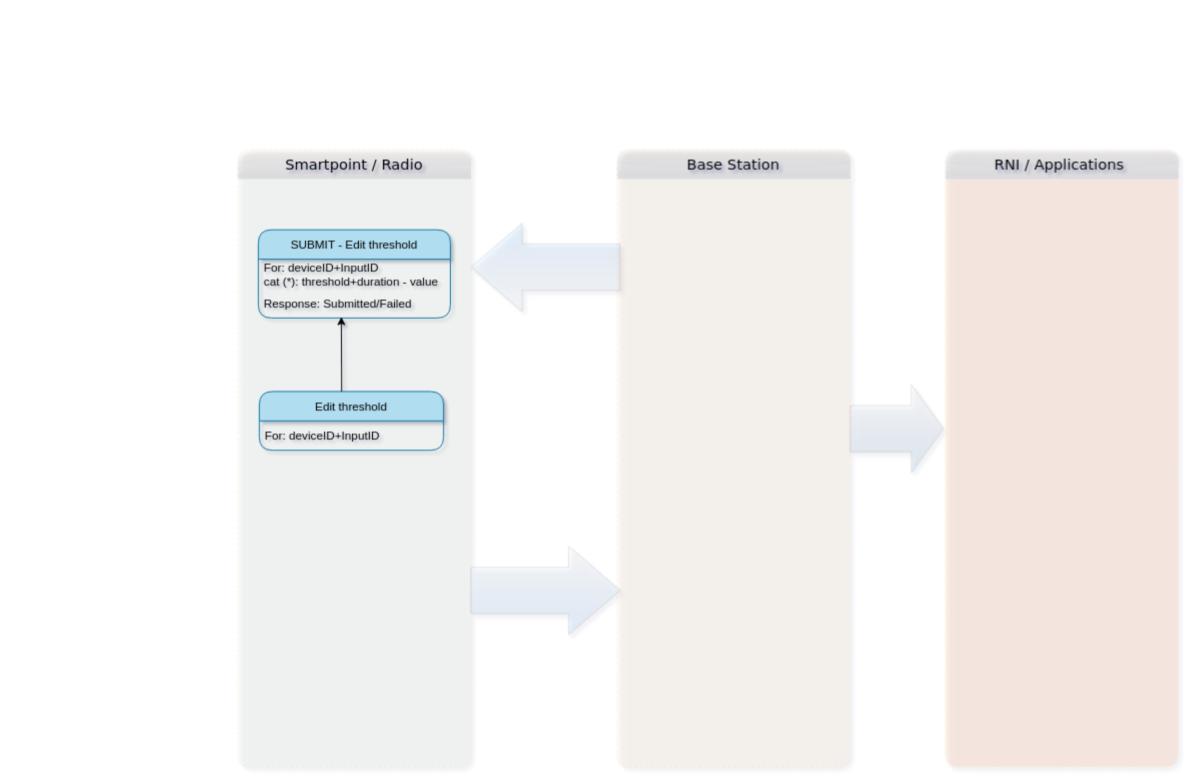
Before: hack-2023/ami_ncs_utility_view_v0.drawio in rajeshpv-common/my-drawio, a draw.io diagram. Source tidied: cells renumbered, new cells numbered last; positions are measured from the earlier drawing's top-left corner, leaving out a move shared by most shapes. Both pictures are drawn from the tidied source at 98%, with x=0, y=0 at pixel (237, 149).
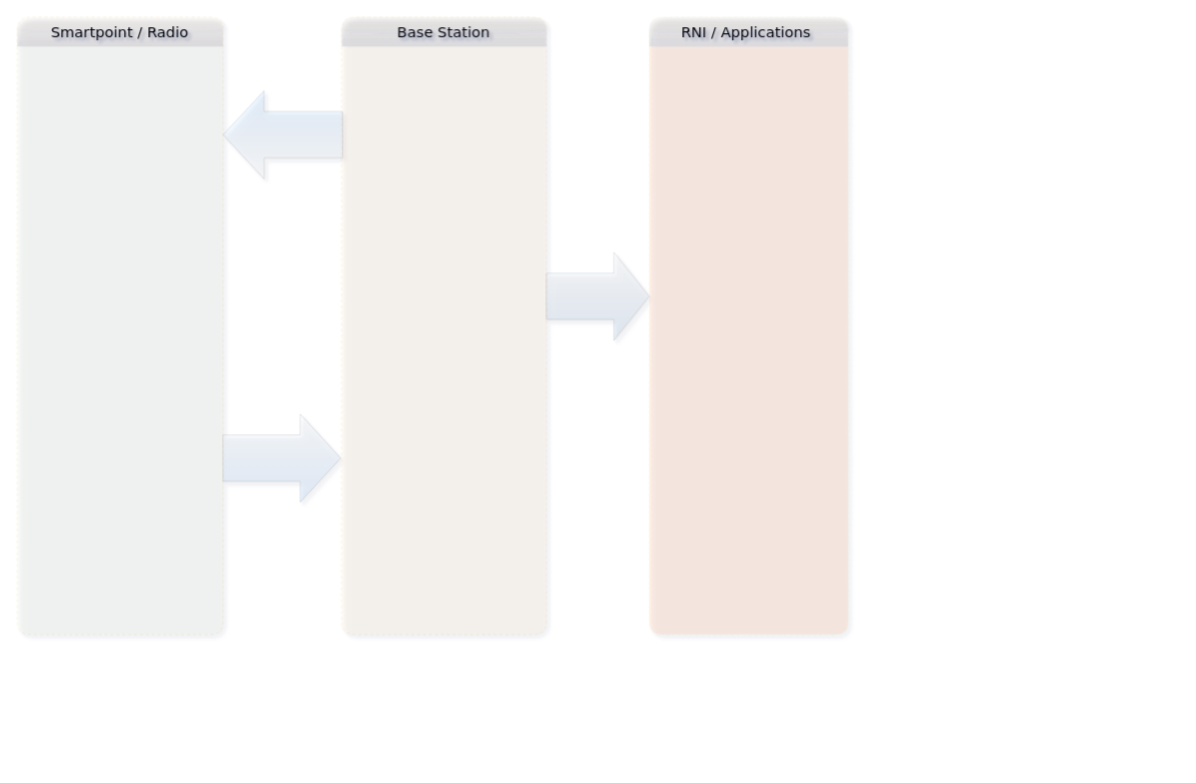
Above is the later version.

What changed in the source:
```diff
@@
 <mxGraphModel shadow="1">
   <root>
     <mxCell id="0" />
     <mxCell id="1" parent="0" />
     <mxCell id="2" value="Smartpoint / Radio" style="swimlane;rounded=1;dashed=1;fillColor=#ffe6cc;strokeColor=#d79b00;swimlaneFillColor=#D5E8D4;opacity=10;gradientColor=default;glass=1;shadow=1;swimlaneLine=0;startSize=30;fontSize=15;fontStyle=0;fontFamily=Verdana;" parent="1" vertex="1">
-      <mxGeometry width="238" height="630" as="geometry" />
+      <mxGeometry x="-225" y="-135" width="210" height="630" as="geometry" />
     </mxCell>
-    <mxCell id="3" value="Edit threshold" style="swimlane;fontStyle=0;horizontal=1;startSize=30;rounded=1;labelBackgroundColor=none;fillColor=#b1ddf0;strokeColor=#10739e;" parent="2" vertex="1">
-      <mxGeometry x="22" y="247" width="188" height="60" as="geometry" />
-    </mxCell>
-    <mxCell id="4" value="For: deviceID+InputID" style="text;strokeColor=none;fillColor=none;align=left;verticalAlign=middle;spacingLeft=4;spacingRight=4;overflow=hidden;rounded=1;" parent="3" vertex="1">
-      <mxGeometry y="30" width="188" height="30" as="geometry" />
-    </mxCell>
-    <mxCell id="5" value="SUBMIT - Edit threshold" style="swimlane;fontStyle=0;horizontal=1;startSize=30;rounded=1;labelBackgroundColor=none;fillColor=#b1ddf0;strokeColor=#10739e;" parent="2" vertex="1">
-      <mxGeometry x="21" y="82" width="196" height="90" as="geometry" />
-    </mxCell>
-    <mxCell id="6" value="For: deviceID+InputID&#10;cat (*): threshold+duration - value" style="text;strokeColor=none;fillColor=none;align=left;verticalAlign=middle;spacingLeft=4;spacingRight=4;overflow=hidden;rounded=1;" parent="5" vertex="1">
-      <mxGeometry y="30" width="196" height="30" as="geometry" />
-    </mxCell>
-    <mxCell id="7" value="Response: Submitted/Failed" style="text;strokeColor=none;fillColor=none;align=left;verticalAlign=middle;spacingLeft=4;spacingRight=4;overflow=hidden;rounded=1;" parent="5" vertex="1">
-      <mxGeometry y="60" width="196" height="30" as="geometry" />
-    </mxCell>
-    <mxCell id="8" style="endArrow=classic;html=1;rounded=0;entryX=0.483;entryY=0.96;entryDx=0;entryDy=0;entryPerimeter=0;exitX=0.5;exitY=0;exitDx=0;exitDy=0;" parent="2" edge="1">
-      <mxGeometry relative="1" as="geometry">
-        <mxPoint x="106" y="247" as="sourcePoint" />
-        <mxPoint x="105.7" y="170.8" as="targetPoint" />
-      </mxGeometry>
-    </mxCell>
     <mxCell id="9" value="Base Station" style="swimlane;rounded=1;dashed=1;fillColor=#C2AF9B;strokeColor=#d79b00;swimlaneFillColor=#FFD2AB;opacity=10;glass=1;shadow=1;swimlaneLine=0;startSize=30;fontSize=15;fontStyle=0;fontFamily=Verdana;gradientColor=default;" parent="1" vertex="1">
-      <mxGeometry x="387" width="238" height="630" as="geometry" />
+      <mxGeometry x="106" y="-135" width="209" height="630" as="geometry" />
     </mxCell>
     <mxCell id="10" style="shape=singleArrow;whiteSpace=wrap;html=1;shadow=1;gradientColor=#3399FF;opacity=10;arrowWidth=0.5249042145593851;arrowSize=0.34414700544464505;" parent="1" vertex="1">
-      <mxGeometry x="238" y="405" width="152" height="90" as="geometry" />
+      <mxGeometry x="-15" y="270" width="120" height="90" as="geometry" />
     </mxCell>
     <mxCell id="11" style="shape=singleArrow;whiteSpace=wrap;html=1;shadow=1;gradientColor=#3399FF;opacity=10;arrowWidth=0.5249042145593851;arrowSize=0.34414700544464505;rotation=-180;" parent="1" vertex="1">
-      <mxGeometry x="238" y="75" width="152" height="90" as="geometry" />
+      <mxGeometry x="-15" y="-60" width="122" height="90" as="geometry" />
     </mxCell>
     <mxCell id="12" style="shape=singleArrow;whiteSpace=wrap;html=1;shadow=1;gradientColor=#2776C4;opacity=10;arrowWidth=0.5249042145593851;arrowSize=0.34414700544464505;" parent="1" vertex="1">
-      <mxGeometry x="625" y="240" width="95" height="90" as="geometry" />
+      <mxGeometry x="315" y="105" width="105" height="90" as="geometry" />
     </mxCell>
     <mxCell id="13" value="RNI / Applications " style="swimlane;rounded=1;dashed=1;fillColor=#C2AF9B;strokeColor=#CCFF99;swimlaneFillColor=#FF8000;opacity=10;glass=1;shadow=1;swimlaneLine=0;startSize=30;fontSize=15;fontStyle=0;fontFamily=Verdana;gradientColor=default;" parent="1" vertex="1">
-      <mxGeometry x="722" width="238" height="630" as="geometry" />
+      <mxGeometry x="420" y="-135" width="203" height="630" as="geometry" />
     </mxCell>
   </root>
 </mxGraphModel>
```
